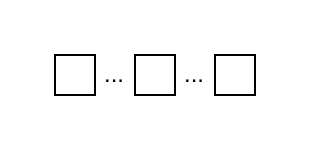
The draw.io diagram Untitled Diagram.drawio in Karry-Eva/PycharmProject, before the edit. Source tidied: cells renumbered, new cells numbered last; positions are measured from the earlier drawing's top-left corner, leaving out a move shared by most shapes. Both pictures are drawn from the tidied source at 200%, with x=0, y=0 at pixel (54, 44).
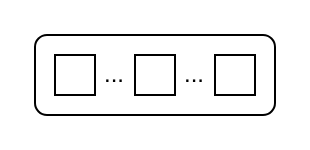
After the change.

The edit, as a diff of the source:
```diff
@@
 <mxGraphModel>
   <root>
     <mxCell id="0" />
     <mxCell id="1" parent="0" />
     <mxCell id="2" style="rounded=0;whiteSpace=wrap;html=1;" parent="1" vertex="1">
       <mxGeometry y="5" width="20" height="20" as="geometry" />
     </mxCell>
     <mxCell id="3" style="rounded=0;whiteSpace=wrap;html=1;" parent="1" vertex="1">
       <mxGeometry x="40" y="5" width="20" height="20" as="geometry" />
     </mxCell>
     <mxCell id="4" style="rounded=0;whiteSpace=wrap;html=1;" parent="1" vertex="1">
       <mxGeometry x="80" y="5" width="20" height="20" as="geometry" />
     </mxCell>
     <mxCell id="5" value="..." style="text;html=1;strokeColor=none;fillColor=none;align=center;verticalAlign=middle;whiteSpace=wrap;rounded=0;" parent="1" vertex="1">
       <mxGeometry x="40" width="60" height="30" as="geometry" />
     </mxCell>
     <mxCell id="6" value="..." style="text;html=1;strokeColor=none;fillColor=none;align=center;verticalAlign=middle;whiteSpace=wrap;rounded=0;" parent="1" vertex="1">
       <mxGeometry width="60" height="30" as="geometry" />
     </mxCell>
+    <mxCell id="7" style="rounded=1;whiteSpace=wrap;html=1;fillColor=none;" parent="1" vertex="1">
+      <mxGeometry x="-10" y="-5" width="120" height="40" as="geometry" />
+    </mxCell>
   </root>
 </mxGraphModel>
```
